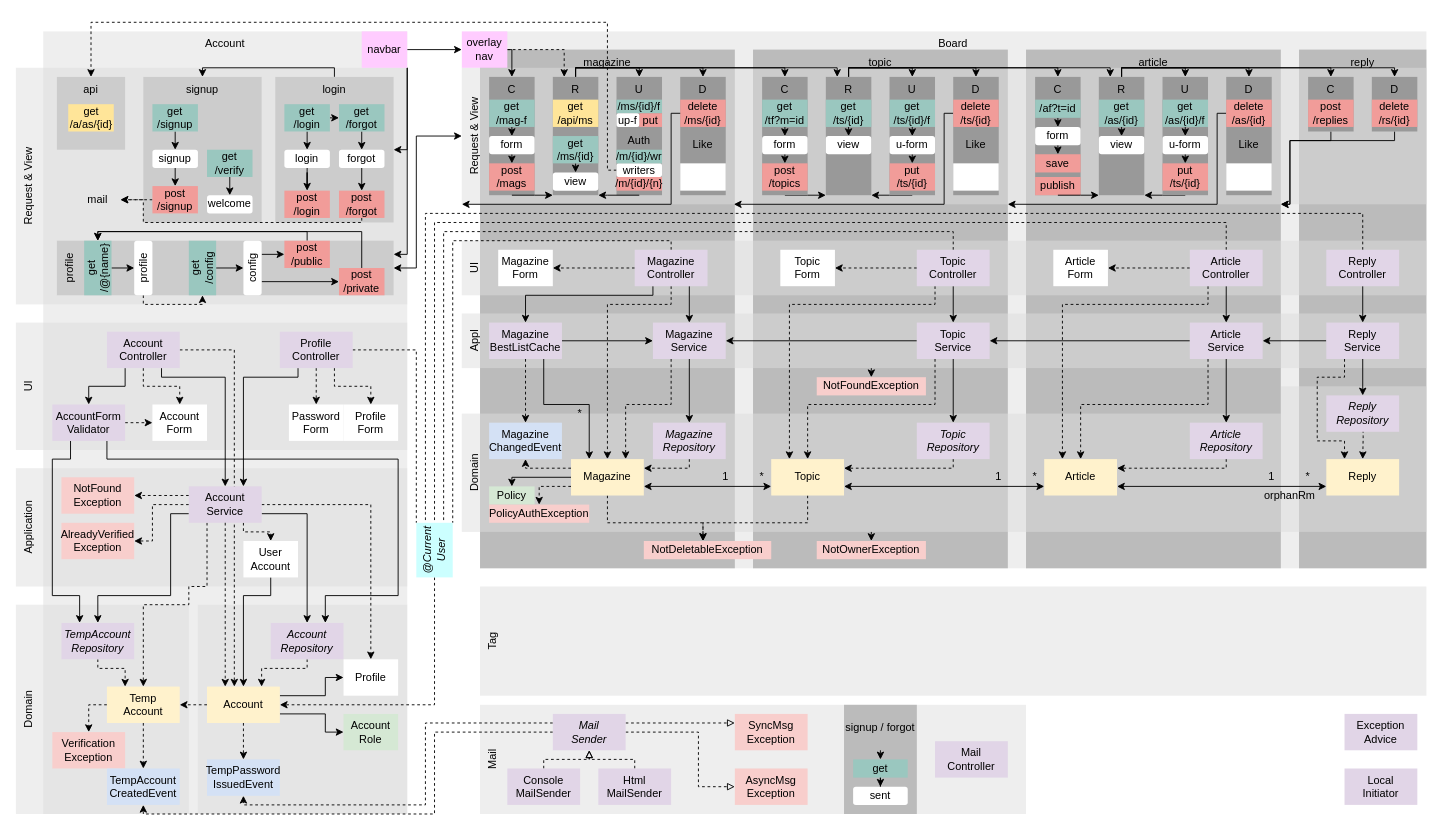
This is diagram.drawio from suloginscene/dinner, a draw.io file, before an edit. Source tidied: cells renumbered, new cells numbered last; positions are measured from the earlier drawing's top-left corner, leaving out a move shared by most shapes. Both pictures are drawn from the tidied source at 91%, with x=0, y=0 at pixel (15, 22).
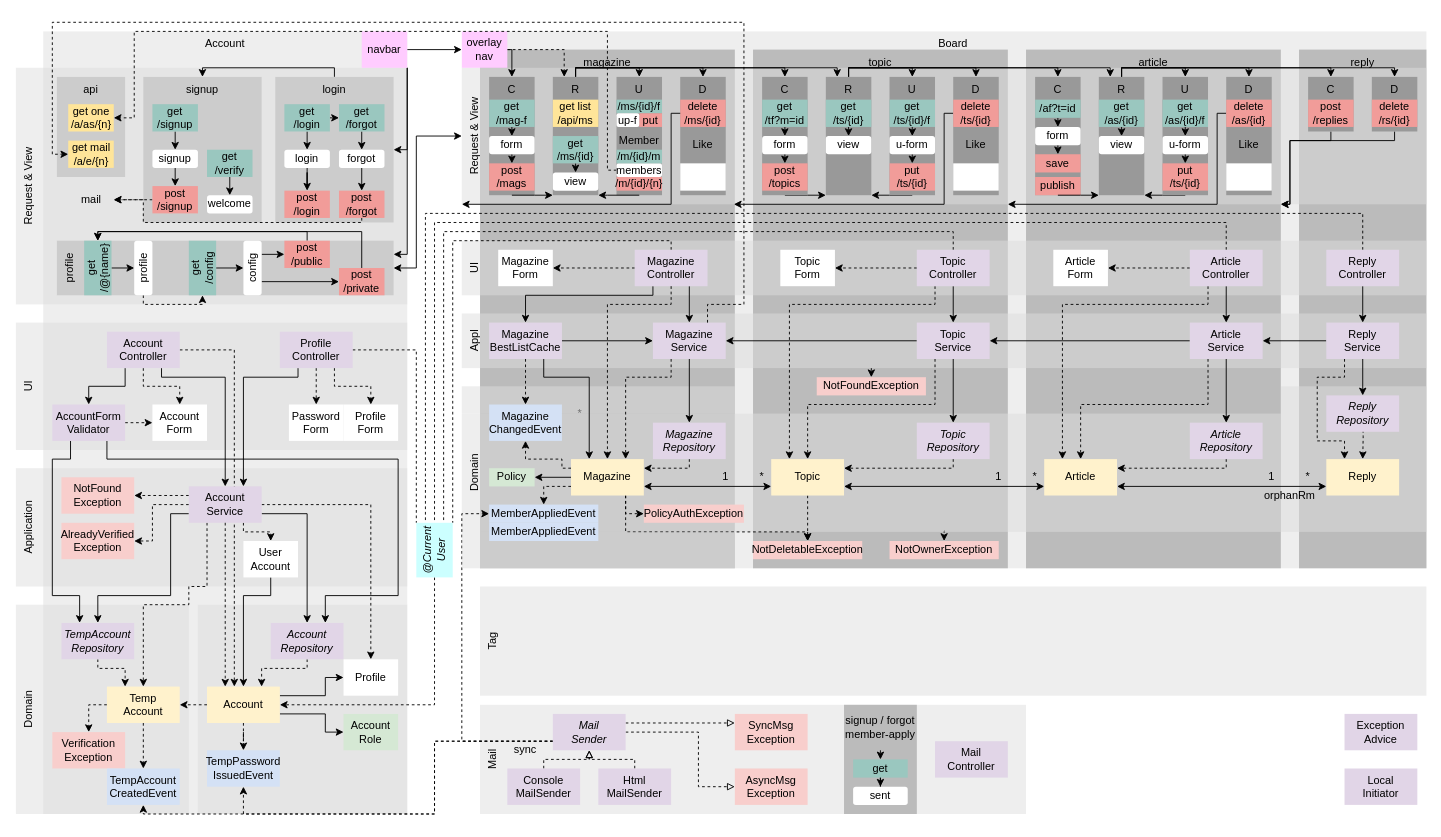
The same page after the edit.

Unchanged cells that the change refers to:
```xml
<mxCell id="14" value="Domain" style="rounded=0;whiteSpace=wrap;html=1;verticalAlign=top;fillColor=#DDDDDD;strokeColor=none;align=center;horizontal=0;opacity=50;" parent="1" vertex="1">
  <mxGeometry x="490" y="430" width="900" height="130" as="geometry" />
</mxCell>
<mxCell id="89" value="Magazine&lt;br&gt;Controller" style="rounded=0;whiteSpace=wrap;html=1;strokeColor=none;fillColor=#E1D5E7;" parent="1" vertex="1">
  <mxGeometry x="680" y="250" width="80" height="40" as="geometry" />
</mxCell>
<mxCell id="116" value="Magazine&lt;br&gt;Service" style="rounded=0;whiteSpace=wrap;html=1;strokeColor=none;fillColor=#E1D5E7;" parent="1" vertex="1">
  <mxGeometry x="700" y="330" width="80" height="40" as="geometry" />
</mxCell>
<mxCell id="118" value="&lt;span&gt;Magazine&lt;br&gt;&lt;/span&gt;Repository" style="rounded=0;whiteSpace=wrap;html=1;strokeColor=none;fontStyle=2;fillColor=#E1D5E7;" parent="1" vertex="1">
  <mxGeometry x="700" y="440" width="80" height="40" as="geometry" />
</mxCell>
<mxCell id="123" value="Magazine" style="rounded=0;whiteSpace=wrap;html=1;strokeColor=none;fillColor=#FFF2CC;" parent="1" vertex="1">
  <mxGeometry x="610" y="480" width="80" height="40" as="geometry" />
</mxCell>
<mxCell id="146" value="Topic" style="rounded=0;whiteSpace=wrap;html=1;strokeColor=none;fillColor=#FFF2CC;" parent="1" vertex="1">
  <mxGeometry x="830" y="480" width="80" height="40" as="geometry" />
</mxCell>
<mxCell id="282" value="Magazine&lt;br&gt;BestListCache" style="rounded=0;whiteSpace=wrap;html=1;strokeColor=none;fillColor=#E1D5E7;" parent="1" vertex="1">
  <mxGeometry x="520" y="330" width="80" height="40" as="geometry" />
</mxCell>
<mxCell id="285" value="TempAccount&lt;br&gt;CreatedEvent" style="rounded=0;whiteSpace=wrap;html=1;strokeColor=none;fillColor=#D4E1F5;" parent="1" vertex="1">
  <mxGeometry x="100" y="820" width="80" height="40" as="geometry" />
</mxCell>
<mxCell id="290" value="&lt;span&gt;Mail&lt;br&gt;&lt;/span&gt;Sender" style="rounded=0;whiteSpace=wrap;html=1;strokeColor=none;fillColor=#E1D5E7;fontStyle=2;" parent="1" vertex="1">
  <mxGeometry x="590" y="760" width="80" height="40" as="geometry" />
</mxCell>
```

Change to the diagram source:
```diff
@@
-    <mxCell id="13" style="edgeStyle=orthogonalEdgeStyle;rounded=0;jettySize=auto;html=1;exitX=0.5;exitY=1;exitDx=0;exitDy=0;entryX=0.5;entryY=0;entryDx=0;entryDy=0;dashed=1;startArrow=none;startFill=0;" parent="1" edge="1" source="14" target="273">
+    <mxCell id="13" style="edgeStyle=orthogonalEdgeStyle;rounded=0;jettySize=auto;html=1;exitX=0.59;exitY=0.992;exitDx=0;exitDy=0;entryX=0.5;entryY=0;entryDx=0;entryDy=0;dashed=1;startArrow=none;startFill=0;exitPerimeter=0;" parent="1" edge="1" source="14" target="273">
       <mxGeometry relative="1" as="geometry" />
     </mxCell>
@@
-    <mxCell id="87" style="edgeStyle=orthogonalEdgeStyle;rounded=0;jettySize=auto;html=1;exitX=0.5;exitY=1;exitDx=0;exitDy=0;entryX=0.5;entryY=0;entryDx=0;entryDy=0;dashed=1;" parent="1" edge="1" source="89" target="123">
-      <mxGeometry relative="1" as="geometry">
-        <Array as="points">
-          <mxPoint x="720" y="310" />
-          <mxPoint x="650" y="310" />
-        </Array>
-      </mxGeometry>
-    </mxCell>
@@
-    <mxCell id="114" style="edgeStyle=orthogonalEdgeStyle;rounded=0;jettySize=auto;html=1;exitX=0.5;exitY=1;exitDx=0;exitDy=0;entryX=0.5;entryY=0;entryDx=0;entryDy=0;" parent="1" edge="1" source="116" target="118">
-      <mxGeometry relative="1" as="geometry" />
-    </mxCell>
-    <mxCell id="115" style="edgeStyle=orthogonalEdgeStyle;rounded=0;jettySize=auto;html=1;exitX=0.25;exitY=1;exitDx=0;exitDy=0;entryX=0.75;entryY=0;entryDx=0;entryDy=0;dashed=1;" parent="1" edge="1" source="116" target="123">
-      <mxGeometry relative="1" as="geometry">
-        <Array as="points">
-          <mxPoint x="720" y="420" />
-          <mxPoint x="670" y="420" />
-        </Array>
-      </mxGeometry>
-    </mxCell>
@@
-    <mxCell id="119" style="edgeStyle=orthogonalEdgeStyle;rounded=0;jettySize=auto;html=1;exitX=0;exitY=0.5;exitDx=0;exitDy=0;entryX=0.5;entryY=0;entryDx=0;entryDy=0;startArrow=none;startFill=0;" parent="1" edge="1" source="123" target="124">
-      <mxGeometry relative="1" as="geometry">
-        <Array as="points">
-          <mxPoint x="545" y="500" />
-        </Array>
-      </mxGeometry>
+    <mxCell id="119" style="edgeStyle=orthogonalEdgeStyle;rounded=0;jettySize=auto;html=1;exitX=0;exitY=0.5;exitDx=0;exitDy=0;entryX=1;entryY=0.5;entryDx=0;entryDy=0;startArrow=none;startFill=0;" parent="1" edge="1" source="123" target="124">
+      <mxGeometry relative="1" as="geometry" />
     </mxCell>
-    <mxCell id="120" style="edgeStyle=orthogonalEdgeStyle;rounded=0;jettySize=auto;html=1;exitX=0.5;exitY=1;exitDx=0;exitDy=0;dashed=1;startArrow=none;startFill=0;" parent="1" edge="1" source="123" target="277">
+    <mxCell id="120" style="edgeStyle=orthogonalEdgeStyle;rounded=0;jettySize=auto;html=1;exitX=0.75;exitY=1;exitDx=0;exitDy=0;dashed=1;startArrow=none;startFill=0;entryX=0.5;entryY=0;entryDx=0;entryDy=0;" parent="1" edge="1" source="123" target="277">
       <mxGeometry relative="1" as="geometry">
         <Array as="points">
-          <mxPoint x="650" y="550" />
-          <mxPoint x="755" y="550" />
+          <mxPoint x="670" y="560" />
+          <mxPoint x="870" y="560" />
         </Array>
       </mxGeometry>
     </mxCell>
     <mxCell id="121" style="edgeStyle=orthogonalEdgeStyle;rounded=0;jettySize=auto;html=1;exitX=0;exitY=0.25;exitDx=0;exitDy=0;entryX=0.5;entryY=1;entryDx=0;entryDy=0;dashed=1;" parent="1" edge="1" source="123" target="278">
       <mxGeometry relative="1" as="geometry">
         <Array as="points">
-          <mxPoint x="560" y="490" />
+          <mxPoint x="600" y="490" />
+          <mxPoint x="600" y="480" />
+          <mxPoint x="560" y="480" />
         </Array>
       </mxGeometry>
     </mxCell>
-    <mxCell id="122" style="edgeStyle=orthogonalEdgeStyle;rounded=0;jettySize=auto;html=1;exitX=0;exitY=0.75;exitDx=0;exitDy=0;entryX=0.5;entryY=0;entryDx=0;entryDy=0;dashed=1;" parent="1" edge="1" source="123" target="267">
+    <mxCell id="122" style="edgeStyle=orthogonalEdgeStyle;rounded=0;jettySize=auto;html=1;exitX=0.75;exitY=1;exitDx=0;exitDy=0;entryX=0;entryY=0.5;entryDx=0;entryDy=0;dashed=1;" parent="1" edge="1" source="123" target="267">
       <mxGeometry relative="1" as="geometry">
         <Array as="points">
-          <mxPoint x="575" y="510" />
+          <mxPoint x="670" y="540" />
         </Array>
       </mxGeometry>
     </mxCell>
+    <mxCell id="310" style="edgeStyle=orthogonalEdgeStyle;rounded=0;jettySize=auto;html=1;exitX=0;exitY=0.75;exitDx=0;exitDy=0;dashed=1;" parent="1" edge="1" source="123" target="316">
+      <mxGeometry relative="1" as="geometry">
+        <Array as="points">
+          <mxPoint x="580" y="510" />
+        </Array>
+      </mxGeometry>
+    </mxCell>
@@
     <mxCell id="124" value="Policy" style="rounded=0;whiteSpace=wrap;html=1;strokeColor=none;fillColor=#D5E8D4;" parent="1" vertex="1">
-      <mxGeometry x="520" y="510" width="50" height="20" as="geometry" />
+      <mxGeometry x="520" y="490" width="50" height="20" as="geometry" />
     </mxCell>
@@
-    <mxCell id="145" style="edgeStyle=orthogonalEdgeStyle;rounded=0;jettySize=auto;html=1;exitX=0.5;exitY=1;exitDx=0;exitDy=0;dashed=1;startArrow=none;startFill=0;" parent="1" edge="1" source="146">
+    <mxCell id="145" style="edgeStyle=orthogonalEdgeStyle;rounded=0;jettySize=auto;html=1;exitX=0.5;exitY=1;exitDx=0;exitDy=0;dashed=1;startArrow=none;startFill=0;entryX=0.5;entryY=0;entryDx=0;entryDy=0;" parent="1" edge="1" source="146" target="277">
       <mxGeometry relative="1" as="geometry">
-        <mxPoint x="755" y="570" as="targetPoint" />
         <Array as="points">
-          <mxPoint x="870" y="550" />
-          <mxPoint x="755" y="550" />
+          <mxPoint x="870" y="570" />
         </Array>
       </mxGeometry>
     </mxCell>
@@
-    <mxCell id="260" value="get&lt;br&gt;/api/ms" style="rounded=0;whiteSpace=wrap;html=1;fontStyle=0;strokeColor=none;fillColor=#FFE599;" parent="1" vertex="1">
+    <mxCell id="260" value="get list&lt;br&gt;/api/ms" style="rounded=0;whiteSpace=wrap;html=1;fontStyle=0;strokeColor=none;fillColor=#FFE599;" parent="1" vertex="1">
       <mxGeometry x="590" y="85" width="50" height="30" as="geometry" />
     </mxCell>
@@
     <mxCell id="267" value="PolicyAuthException" style="rounded=0;whiteSpace=wrap;html=1;strokeColor=none;fillColor=#F8CECC;" parent="1" vertex="1">
-      <mxGeometry x="520" y="530" width="110" height="20" as="geometry" />
+      <mxGeometry x="690" y="530" width="110" height="20" as="geometry" />
     </mxCell>
@@
     <mxCell id="273" value="NotOwnerException" style="rounded=0;whiteSpace=wrap;html=1;strokeColor=none;fillColor=#F8CECC;" parent="1" vertex="1">
-      <mxGeometry x="880" y="570" width="120" height="20" as="geometry" />
+      <mxGeometry x="960" y="570" width="120" height="20" as="geometry" />
     </mxCell>
@@
     <mxCell id="277" value="NotDeletableException" style="rounded=0;whiteSpace=wrap;html=1;strokeColor=none;fillColor=#F8CECC;" parent="1" vertex="1">
-      <mxGeometry x="690" y="570" width="140" height="20" as="geometry" />
+      <mxGeometry x="810" y="570" width="120" height="20" as="geometry" />
     </mxCell>
-    <mxCell id="278" value="Magazine&lt;br&gt;ChangedEvent" style="rounded=0;whiteSpace=wrap;html=1;strokeColor=none;fillColor=#D4E1F5;" parent="1" vertex="1">
-      <mxGeometry x="520" y="440" width="80" height="40" as="geometry" />
-    </mxCell>
-    <mxCell id="279" style="edgeStyle=orthogonalEdgeStyle;rounded=0;jettySize=auto;html=1;exitX=0.75;exitY=1;exitDx=0;exitDy=0;entryX=0.25;entryY=0;entryDx=0;entryDy=0;" parent="1" edge="1" source="282" target="123">
-      <mxGeometry relative="1" as="geometry">
-        <Array as="points">
-          <mxPoint x="580" y="420" />
-          <mxPoint x="630" y="420" />
-        </Array>
-      </mxGeometry>
-    </mxCell>
@@
-    <mxCell id="281" style="edgeStyle=orthogonalEdgeStyle;rounded=0;jettySize=auto;html=1;exitX=0.5;exitY=1;exitDx=0;exitDy=0;entryX=0.5;entryY=0;entryDx=0;entryDy=0;dashed=1;" parent="1" edge="1" source="282" target="278">
-      <mxGeometry relative="1" as="geometry" />
-    </mxCell>
@@
     <mxCell id="284" value="TempPassword&lt;br&gt;IssuedEvent" style="rounded=0;whiteSpace=wrap;html=1;strokeColor=none;fillColor=#D4E1F5;" parent="1" vertex="1">
-      <mxGeometry x="210" y="810" width="80" height="40" as="geometry" />
+      <mxGeometry x="210" y="800" width="80" height="40" as="geometry" />
     </mxCell>
@@
-    <mxCell id="286" style="edgeStyle=orthogonalEdgeStyle;rounded=0;jettySize=auto;html=1;exitX=0;exitY=0.5;exitDx=0;exitDy=0;entryX=0.5;entryY=1;entryDx=0;entryDy=0;dashed=1;" parent="1" edge="1" source="290" target="285">
+    <mxCell id="286" style="edgeStyle=orthogonalEdgeStyle;rounded=0;jettySize=auto;html=1;exitX=0;exitY=0.75;exitDx=0;exitDy=0;entryX=0.5;entryY=1;entryDx=0;entryDy=0;dashed=1;" parent="1" edge="1" source="290" target="285">
       <mxGeometry relative="1" as="geometry">
         <Array as="points">
-          <mxPoint x="460" y="780" />
+          <mxPoint x="460" y="790" />
           <mxPoint x="460" y="870" />
           <mxPoint x="140" y="870" />
         </Array>
       </mxGeometry>
     </mxCell>
-    <mxCell id="287" style="edgeStyle=orthogonalEdgeStyle;rounded=0;jettySize=auto;html=1;exitX=0;exitY=0.25;exitDx=0;exitDy=0;entryX=0.5;entryY=1;entryDx=0;entryDy=0;dashed=1;" parent="1" edge="1" source="290" target="284">
+    <mxCell id="287" style="edgeStyle=orthogonalEdgeStyle;rounded=0;jettySize=auto;html=1;exitX=0;exitY=0.75;exitDx=0;exitDy=0;entryX=0.5;entryY=1;entryDx=0;entryDy=0;dashed=1;" parent="1" edge="1" source="290" target="284">
       <mxGeometry relative="1" as="geometry">
         <Array as="points">
-          <mxPoint x="450" y="770" />
-          <mxPoint x="450" y="860" />
-          <mxPoint x="250" y="860" />
+          <mxPoint x="460" y="790" />
+          <mxPoint x="460" y="870" />
+          <mxPoint x="250" y="870" />
         </Array>
       </mxGeometry>
     </mxCell>
@@
+    <mxCell id="311" style="edgeStyle=orthogonalEdgeStyle;rounded=0;jettySize=auto;html=1;exitX=0;exitY=0.75;exitDx=0;exitDy=0;entryX=0;entryY=0.5;entryDx=0;entryDy=0;dashed=1;" parent="1" edge="1" source="290" target="316">
+      <mxGeometry relative="1" as="geometry">
+        <Array as="points">
+          <mxPoint x="490" y="790" />
+          <mxPoint x="490" y="540" />
+        </Array>
+      </mxGeometry>
+    </mxCell>
@@
     <mxCell id="299" value="api" style="rounded=0;whiteSpace=wrap;html=1;verticalAlign=top;fillColor=#CCCCCC;strokeColor=none;" parent="1" vertex="1">
-      <mxGeometry x="45" y="60" width="75" height="80" as="geometry" />
+      <mxGeometry x="45" y="60" width="75" height="110" as="geometry" />
     </mxCell>
-    <mxCell id="300" style="edgeStyle=orthogonalEdgeStyle;rounded=0;jettySize=auto;html=1;exitX=0;exitY=0.5;exitDx=0;exitDy=0;entryX=0.5;entryY=0;entryDx=0;entryDy=0;dashed=1;" parent="1" edge="1" source="306" target="299">
+    <mxCell id="300" style="edgeStyle=orthogonalEdgeStyle;rounded=0;jettySize=auto;html=1;exitX=0;exitY=0.5;exitDx=0;exitDy=0;entryX=1;entryY=0.5;entryDx=0;entryDy=0;dashed=1;" parent="1" edge="1" source="306" target="304">
       <mxGeometry relative="1" as="geometry">
         <Array as="points">
-          <mxPoint x="650" y="162" />
-          <mxPoint x="650" />
-          <mxPoint x="82" />
+          <mxPoint x="650" y="163" />
+          <mxPoint x="650" y="10" />
+          <mxPoint x="130" y="10" />
+          <mxPoint x="130" y="105" />
         </Array>
       </mxGeometry>
     </mxCell>
     <mxCell id="301" value="mail" style="rounded=0;whiteSpace=wrap;html=1;strokeColor=none;fillColor=none;" parent="1" vertex="1">
-      <mxGeometry x="65" y="180" width="50" height="30" as="geometry" />
+      <mxGeometry x="57.5" y="180" width="50" height="30" as="geometry" />
     </mxCell>
@@
-    <mxCell id="303" value="signup / forgot" style="rounded=0;whiteSpace=wrap;html=1;strokeColor=none;fillColor=none;" parent="1" vertex="1">
+    <mxCell id="303" value="signup / forgot&lt;br&gt;member-apply" style="rounded=0;whiteSpace=wrap;html=1;strokeColor=none;fillColor=none;" parent="1" vertex="1">
       <mxGeometry x="910" y="750" width="80" height="50" as="geometry" />
     </mxCell>
-    <mxCell id="304" value="get&lt;br&gt;/a/as/{id}" style="rounded=0;whiteSpace=wrap;html=1;fontStyle=0;strokeColor=none;fillColor=#FFE599;" parent="1" vertex="1">
+    <mxCell id="304" value="get one&lt;br&gt;/a/as/{n}" style="rounded=0;whiteSpace=wrap;html=1;fontStyle=0;strokeColor=none;fillColor=#FFE599;" parent="1" vertex="1">
       <mxGeometry x="57.5" y="90" width="50" height="30" as="geometry" />
     </mxCell>
@@
-    <mxCell id="306" value="writers" style="rounded=1;whiteSpace=wrap;html=1;strokeColor=none;" parent="1" vertex="1">
+    <mxCell id="306" value="members" style="rounded=1;whiteSpace=wrap;html=1;strokeColor=none;" parent="1" vertex="1">
       <mxGeometry x="660" y="155" width="50" height="15" as="geometry" />
     </mxCell>
-    <mxCell id="307" value="/m/{id}/wr" style="rounded=0;whiteSpace=wrap;html=1;fontStyle=0;strokeColor=none;fillColor=#9AC7BF;" parent="1" vertex="1">
+    <mxCell id="307" value="/m/{id}/m" style="rounded=0;whiteSpace=wrap;html=1;fontStyle=0;strokeColor=none;fillColor=#9AC7BF;" parent="1" vertex="1">
       <mxGeometry x="660" y="140" width="50" height="15" as="geometry" />
     </mxCell>
-    <mxCell id="308" value="Auth" style="rounded=1;whiteSpace=wrap;html=1;strokeColor=none;fillColor=none;" parent="1" vertex="1">
+    <mxCell id="308" value="Member" style="rounded=1;whiteSpace=wrap;html=1;strokeColor=none;fillColor=none;" parent="1" vertex="1">
       <mxGeometry x="660" y="120" width="50" height="20" as="geometry" />
     </mxCell>
@@
+    <mxCell id="312" value="get mail&lt;br&gt;/a/e/{n}" style="rounded=0;whiteSpace=wrap;html=1;fontStyle=0;strokeColor=none;fillColor=#FFE599;" parent="1" vertex="1">
+      <mxGeometry x="57.5" y="130" width="50" height="30" as="geometry" />
+    </mxCell>
+    <mxCell id="313" style="edgeStyle=orthogonalEdgeStyle;rounded=0;jettySize=auto;html=1;exitX=0.75;exitY=0;exitDx=0;exitDy=0;entryX=0;entryY=0.5;entryDx=0;entryDy=0;dashed=1;" parent="1" edge="1" source="116" target="312">
+      <mxGeometry relative="1" as="geometry">
+        <Array as="points">
+          <mxPoint x="760" y="310" />
+          <mxPoint x="800" y="310" />
+          <mxPoint x="800" />
+          <mxPoint x="40" />
+          <mxPoint x="40" y="145" />
+        </Array>
+      </mxGeometry>
+    </mxCell>
+    <mxCell id="314" style="rounded=0;whiteSpace=wrap;html=1;verticalAlign=top;fillColor=#DDDDDD;strokeColor=none;align=center;horizontal=0;opacity=50;" parent="1" vertex="1">
+      <mxGeometry x="490" y="400" width="300" height="30" as="geometry" />
+    </mxCell>
+    <mxCell id="278" value="Magazine&lt;br&gt;ChangedEvent" style="rounded=0;whiteSpace=wrap;html=1;strokeColor=none;fillColor=#D4E1F5;" parent="1" vertex="1">
+      <mxGeometry x="520" y="420" width="80" height="40" as="geometry" />
+    </mxCell>
+    <mxCell id="281" style="edgeStyle=orthogonalEdgeStyle;rounded=0;jettySize=auto;html=1;exitX=0.5;exitY=1;exitDx=0;exitDy=0;entryX=0.5;entryY=0;entryDx=0;entryDy=0;dashed=1;" parent="1" edge="1" source="282" target="278">
+      <mxGeometry relative="1" as="geometry" />
+    </mxCell>
+    <mxCell id="114" style="edgeStyle=orthogonalEdgeStyle;rounded=0;jettySize=auto;html=1;exitX=0.5;exitY=1;exitDx=0;exitDy=0;entryX=0.5;entryY=0;entryDx=0;entryDy=0;" parent="1" edge="1" source="116" target="118">
+      <mxGeometry relative="1" as="geometry" />
+    </mxCell>
+    <mxCell id="115" style="edgeStyle=orthogonalEdgeStyle;rounded=0;jettySize=auto;html=1;exitX=0.25;exitY=1;exitDx=0;exitDy=0;entryX=0.75;entryY=0;entryDx=0;entryDy=0;dashed=1;" parent="1" edge="1" source="116" target="123">
+      <mxGeometry relative="1" as="geometry">
+        <Array as="points">
+          <mxPoint x="720" y="390" />
+          <mxPoint x="670" y="390" />
+        </Array>
+      </mxGeometry>
+    </mxCell>
+    <mxCell id="87" style="edgeStyle=orthogonalEdgeStyle;rounded=0;jettySize=auto;html=1;exitX=0.5;exitY=1;exitDx=0;exitDy=0;entryX=0.5;entryY=0;entryDx=0;entryDy=0;dashed=1;" parent="1" edge="1" source="89" target="123">
+      <mxGeometry relative="1" as="geometry">
+        <Array as="points">
+          <mxPoint x="720" y="310" />
+          <mxPoint x="650" y="310" />
+        </Array>
+      </mxGeometry>
+    </mxCell>
+    <mxCell id="279" style="edgeStyle=orthogonalEdgeStyle;rounded=0;jettySize=auto;html=1;exitX=0.75;exitY=1;exitDx=0;exitDy=0;entryX=0.25;entryY=0;entryDx=0;entryDy=0;" parent="1" edge="1" source="282" target="123">
+      <mxGeometry relative="1" as="geometry">
+        <Array as="points">
+          <mxPoint x="580" y="390" />
+          <mxPoint x="630" y="390" />
+        </Array>
+      </mxGeometry>
+    </mxCell>
+    <mxCell id="315" style="rounded=0;whiteSpace=wrap;html=1;verticalAlign=top;fillColor=#DDDDDD;strokeColor=none;align=center;horizontal=0;opacity=50;" parent="1" vertex="1">
+      <mxGeometry x="490" y="560" width="300" height="40" as="geometry" />
+    </mxCell>
+    <mxCell id="316" value="MemberAppliedEvent" style="rounded=0;whiteSpace=wrap;html=1;strokeColor=none;fillColor=#D4E1F5;" parent="1" vertex="1">
+      <mxGeometry x="520" y="530" width="120" height="20" as="geometry" />
+    </mxCell>
+    <mxCell id="317" value="sync" style="rounded=1;whiteSpace=wrap;html=1;strokeColor=none;fillColor=none;" parent="1" vertex="1">
+      <mxGeometry x="540" y="790" width="40" height="20" as="geometry" />
+    </mxCell>
+    <mxCell id="318" value="MemberAppliedEvent" style="rounded=0;whiteSpace=wrap;html=1;strokeColor=none;fillColor=#D4E1F5;" parent="1" vertex="1">
+      <mxGeometry x="520" y="550" width="120" height="20" as="geometry" />
+    </mxCell>
```
